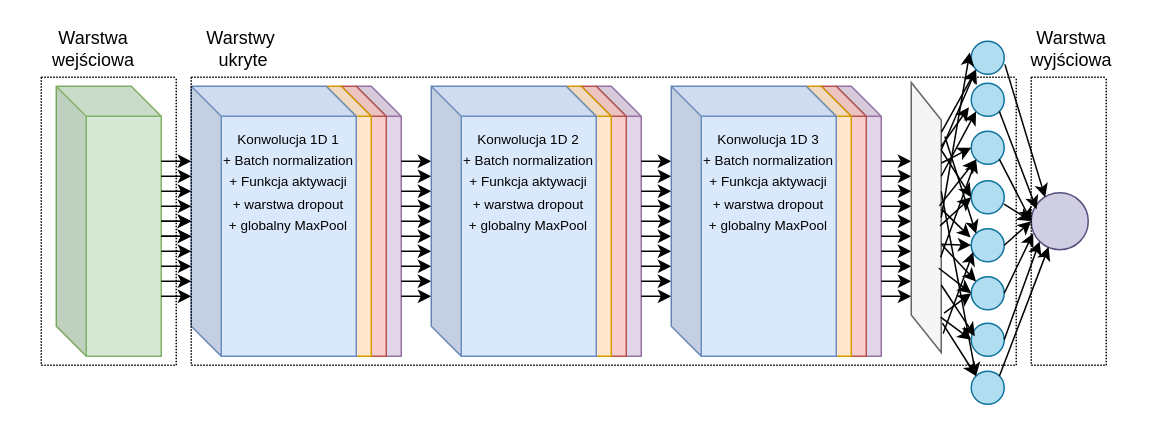
Earlier version of the draw.io diagram siec.drawio (TheKureq/TheKureq). Source tidied: cells renumbered, new cells numbered last; positions are measured from the earlier drawing's top-left corner, leaving out a move shared by most shapes. Both pictures are drawn from the tidied source at 150%, with x=0, y=0 at pixel (26, 26).
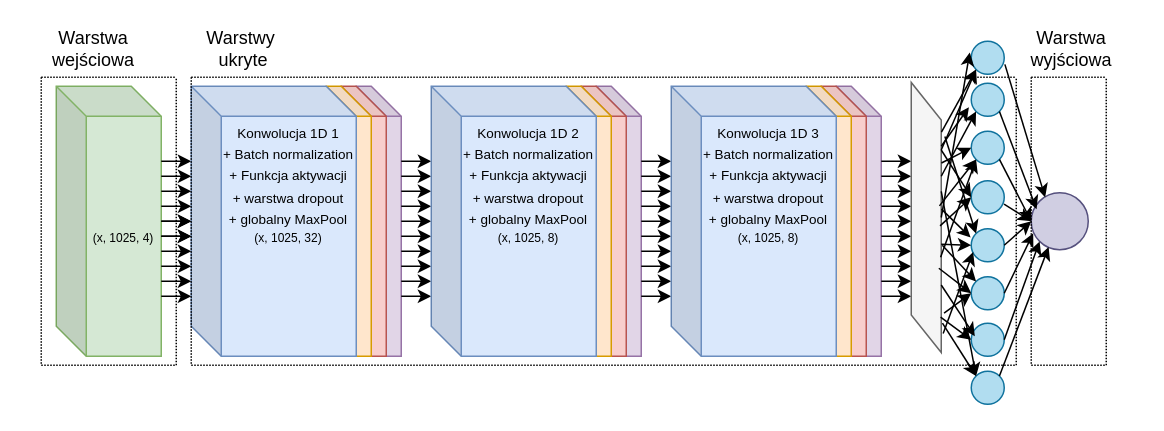
Above is the later version.

The edit, as a diff of the source:
```diff
@@
-    <mxCell id="4" style="shape=cube;whiteSpace=wrap;html=1;boundedLbl=1;backgroundOutline=1;darkOpacity=0.05;darkOpacity2=0.1;fillColor=#d5e8d4;strokeColor=#82b366;" parent="1" vertex="1">
+    <mxCell id="4" value="&lt;font style=&quot;font-size: 8px;&quot;&gt;(x, 1025, 4)&lt;/font&gt;" style="shape=cube;whiteSpace=wrap;html=1;boundedLbl=1;backgroundOutline=1;darkOpacity=0.05;darkOpacity2=0.1;fillColor=#d5e8d4;strokeColor=#82b366;" parent="1" vertex="1">
       <mxGeometry x="20" y="40" width="70" height="180" as="geometry" />
     </mxCell>
@@
-    <mxCell id="7" style="shape=cube;whiteSpace=wrap;html=1;boundedLbl=1;backgroundOutline=1;darkOpacity=0.05;darkOpacity2=0.1;fillColor=#dae8fc;strokeColor=#6c8ebf;" parent="1" vertex="1">
+    <mxCell id="7" value="&lt;font style=&quot;font-size: 8px;&quot;&gt;(x, 1025, 32)&lt;/font&gt;" style="shape=cube;whiteSpace=wrap;html=1;boundedLbl=1;backgroundOutline=1;darkOpacity=0.05;darkOpacity2=0.1;fillColor=#dae8fc;strokeColor=#6c8ebf;" parent="1" vertex="1">
       <mxGeometry x="110" y="40" width="110" height="180" as="geometry" />
     </mxCell>
@@
-    <mxCell id="32" style="shape=cube;whiteSpace=wrap;html=1;boundedLbl=1;backgroundOutline=1;darkOpacity=0.05;darkOpacity2=0.1;fillColor=#dae8fc;strokeColor=#6c8ebf;" parent="1" vertex="1">
+    <mxCell id="32" value="&lt;font style=&quot;font-size: 8px;&quot;&gt;(x, 1025, 8)&lt;/font&gt;" style="shape=cube;whiteSpace=wrap;html=1;boundedLbl=1;backgroundOutline=1;darkOpacity=0.05;darkOpacity2=0.1;fillColor=#dae8fc;strokeColor=#6c8ebf;" parent="1" vertex="1">
       <mxGeometry x="270" y="40" width="110" height="180" as="geometry" />
     </mxCell>
@@
-    <mxCell id="46" style="shape=cube;whiteSpace=wrap;html=1;boundedLbl=1;backgroundOutline=1;darkOpacity=0.05;darkOpacity2=0.1;fillColor=#dae8fc;strokeColor=#6c8ebf;" parent="1" vertex="1">
+    <mxCell id="46" value="&lt;font style=&quot;font-size: 8px;&quot;&gt;(x, 1025, 8)&lt;/font&gt;" style="shape=cube;whiteSpace=wrap;html=1;boundedLbl=1;backgroundOutline=1;darkOpacity=0.05;darkOpacity2=0.1;fillColor=#dae8fc;strokeColor=#6c8ebf;" parent="1" vertex="1">
       <mxGeometry x="430" y="40" width="110" height="180" as="geometry" />
     </mxCell>
@@
     <mxCell id="96" value="&lt;font style=&quot;font-size: 9px;&quot;&gt;Konwolucja 1D 1&lt;br&gt;+ Batch normalization&lt;br&gt;+ Funkcja aktywacji&lt;br&gt;+ warstwa dropout&lt;br&gt;+ globalny MaxPool&lt;br&gt;&lt;/font&gt;" style="text;html=1;strokeColor=none;fillColor=none;align=center;verticalAlign=middle;whiteSpace=wrap;rounded=0;" parent="1" vertex="1">
-      <mxGeometry x="120" y="87.5" width="110" height="30" as="geometry" />
+      <mxGeometry x="120" y="83.5" width="110" height="30" as="geometry" />
     </mxCell>
     <mxCell id="97" value="&lt;font style=&quot;font-size: 9px;&quot;&gt;Konwolucja 1D 2&lt;br&gt;+ Batch normalization&lt;br&gt;+ Funkcja aktywacji&lt;br&gt;+ warstwa dropout&lt;br&gt;+ globalny MaxPool&lt;br&gt;&lt;/font&gt;" style="text;html=1;strokeColor=none;fillColor=none;align=center;verticalAlign=middle;whiteSpace=wrap;rounded=0;" parent="1" vertex="1">
-      <mxGeometry x="280" y="87.5" width="110" height="30" as="geometry" />
+      <mxGeometry x="280" y="83.5" width="110" height="30" as="geometry" />
     </mxCell>
     <mxCell id="98" value="&lt;font style=&quot;font-size: 9px;&quot;&gt;Konwolucja 1D 3&lt;br&gt;+ Batch normalization&lt;br&gt;+ Funkcja aktywacji&lt;br&gt;+ warstwa dropout&lt;br&gt;+ globalny MaxPool&lt;br&gt;&lt;/font&gt;" style="text;html=1;strokeColor=none;fillColor=none;align=center;verticalAlign=middle;whiteSpace=wrap;rounded=0;" parent="1" vertex="1">
-      <mxGeometry x="440" y="87.5" width="110" height="30" as="geometry" />
+      <mxGeometry x="440" y="83.5" width="110" height="30" as="geometry" />
     </mxCell>
```
